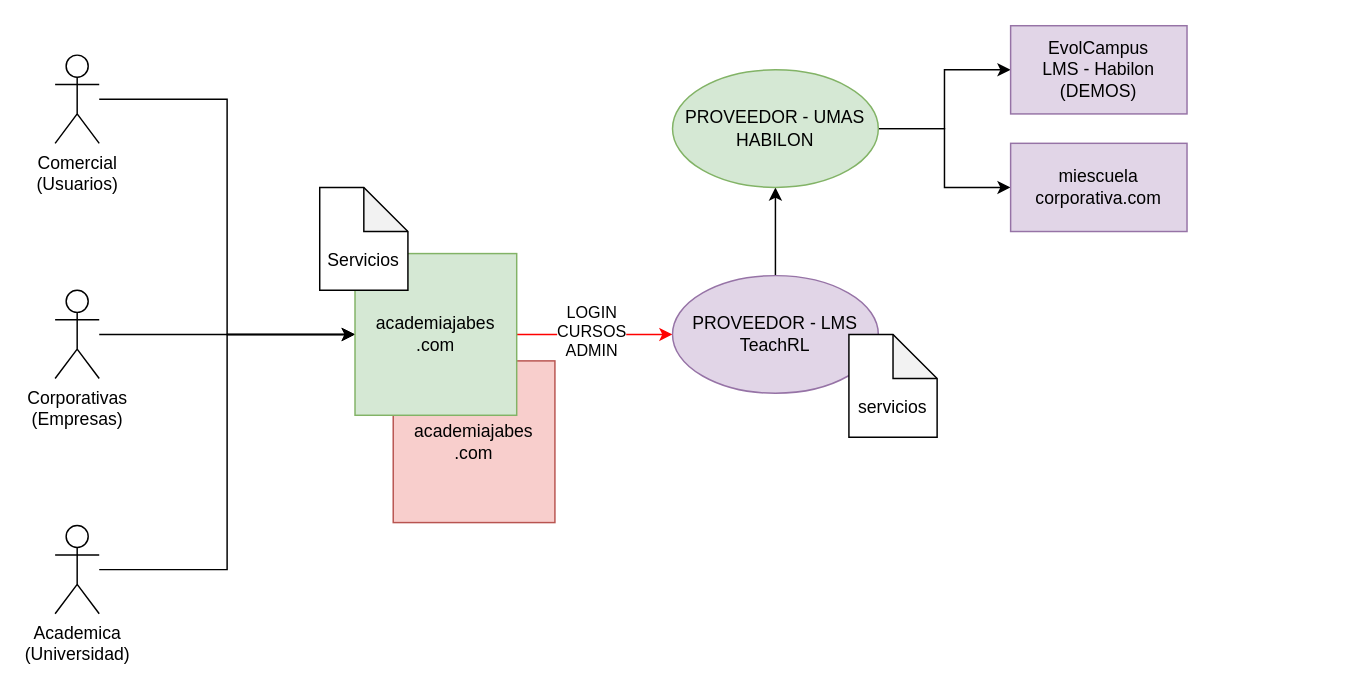
samuel363/drawio keeps this draw.io diagram as page "TOBE" (2 of 2) of JABES.drawio. Above is the earlier version. Source tidied: cells renumbered, new cells numbered last; positions are measured from the earlier drawing's top-left corner, leaving out a move shared by most shapes. Both pictures are drawn from the tidied source at 147%, with x=0, y=0 at pixel (54, 25).
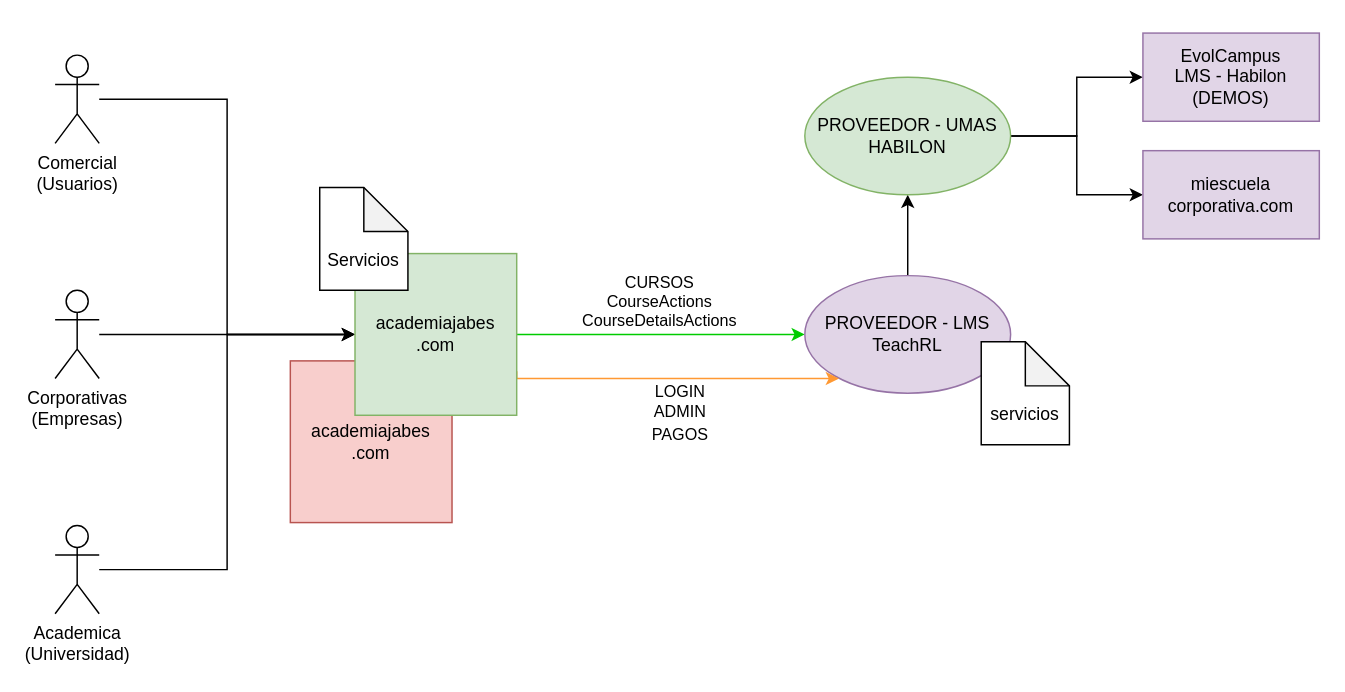
After the change.

The change refers to these unchanged cells:
```xml
<mxCell id="16" value="academiajabes&lt;br&gt;.com" style="rounded=0;whiteSpace=wrap;html=1;fillColor=#d5e8d4;strokeColor=#82b366;" parent="1" vertex="1">
  <mxGeometry x="204" y="155" width="110" height="110" as="geometry" />
</mxCell>
```

Diff of the diagram source:
```diff
@@
-    <mxCell id="8" style="edgeStyle=orthogonalEdgeStyle;rounded=0;jettySize=auto;html=1;strokeColor=#FF0000;fillColor=#e1d5e7;" parent="1" edge="1" source="16" target="11">
-      <mxGeometry relative="1" as="geometry" />
+    <mxCell id="8" style="edgeStyle=orthogonalEdgeStyle;rounded=0;jettySize=auto;html=1;strokeColor=#00CC00;fillColor=#e1d5e7;" parent="1" edge="1" source="16" target="11">
+      <mxGeometry relative="1" as="geometry">
+        <Array as="points">
+          <mxPoint x="400" y="210" />
+          <mxPoint x="400" y="210" />
+        </Array>
+      </mxGeometry>
     </mxCell>
-    <mxCell id="9" value="LOGIN&lt;br&gt;CURSOS&lt;br&gt;ADMIN" style="edgeLabel;html=1;align=center;verticalAlign=middle;" parent="8" vertex="1">
-      <mxGeometry x="-0.05" y="3" relative="1" as="geometry" />
+    <mxCell id="9" value="&lt;div&gt;CURSOS&lt;br&gt;CourseActions&lt;br&gt;CourseDetailsActions&lt;/div&gt;" style="edgeLabel;html=1;align=center;verticalAlign=middle;fillColor=none;strokeColor=none;" parent="8" vertex="1">
+      <mxGeometry x="-0.05" y="3" relative="1" as="geometry">
+        <mxPoint x="3" y="-20" as="offset" />
+      </mxGeometry>
     </mxCell>
@@
     <mxCell id="11" value="PROVEEDOR -&amp;nbsp;LMS&lt;br&gt;TeachRL" style="ellipse;whiteSpace=wrap;html=1;fillColor=#e1d5e7;strokeColor=#9673a6;" parent="1" vertex="1">
-      <mxGeometry x="420" y="170" width="140" height="80" as="geometry" />
+      <mxGeometry x="510" y="170" width="140" height="80" as="geometry" />
     </mxCell>
@@
     <mxCell id="14" value="PROVEEDOR - UMAS&lt;br&gt;HABILON" style="ellipse;whiteSpace=wrap;html=1;fillColor=#d5e8d4;strokeColor=#82b366;" parent="1" vertex="1">
-      <mxGeometry x="420" y="30" width="140" height="80" as="geometry" />
+      <mxGeometry x="510" y="35" width="140" height="80" as="geometry" />
     </mxCell>
     <mxCell id="15" value="academiajabes&lt;br&gt;.com" style="rounded=0;whiteSpace=wrap;html=1;fillColor=#f8cecc;strokeColor=#b85450;" parent="1" vertex="1">
-      <mxGeometry x="230" y="228" width="110" height="110" as="geometry" />
+      <mxGeometry x="160" y="228" width="110" height="110" as="geometry" />
     </mxCell>
+    <mxCell id="21" style="edgeStyle=orthogonalEdgeStyle;rounded=0;jettySize=auto;html=1;entryX=0.166;entryY=0.875;entryDx=0;entryDy=0;entryPerimeter=0;strokeColor=#FF9933;" parent="1" edge="1" target="11">
+      <mxGeometry relative="1" as="geometry">
+        <mxPoint x="314" y="235" as="sourcePoint" />
+        <Array as="points">
+          <mxPoint x="314" y="240" />
+        </Array>
+      </mxGeometry>
+    </mxCell>
@@
     <mxCell id="17" value="Evol&lt;span style=&quot;background-color: initial;&quot;&gt;Campus&lt;/span&gt;&lt;div&gt;LMS - Habilon&lt;br&gt;(DEMOS)&lt;/div&gt;" style="whiteSpace=wrap;html=1;fillColor=#e1d5e7;strokeColor=#9673a6;" parent="1" vertex="1">
-      <mxGeometry x="650" width="120" height="60" as="geometry" />
+      <mxGeometry x="740" y="5" width="120" height="60" as="geometry" />
     </mxCell>
     <mxCell id="18" value="miescuela&lt;br&gt;corporativa.com" style="whiteSpace=wrap;html=1;fillColor=#e1d5e7;strokeColor=#9673a6;" parent="1" vertex="1">
-      <mxGeometry x="650" y="80" width="120" height="60" as="geometry" />
+      <mxGeometry x="740" y="85" width="120" height="60" as="geometry" />
     </mxCell>
     <mxCell id="19" value="&lt;div&gt;&lt;br&gt;&lt;/div&gt;&lt;div&gt;&lt;br&gt;&lt;/div&gt;servicios" style="shape=note;whiteSpace=wrap;html=1;backgroundOutline=1;darkOpacity=0.05;" parent="1" vertex="1">
-      <mxGeometry x="540" y="210" width="60" height="70" as="geometry" />
+      <mxGeometry x="630" y="215" width="60" height="70" as="geometry" />
     </mxCell>
@@
+    <mxCell id="22" value="&lt;div&gt;&lt;span style=&quot;font-size: 11px; background-color: rgb(255, 255, 255);&quot;&gt;LOGIN&lt;/span&gt;&lt;br style=&quot;font-size: 11px;&quot;&gt;&lt;span style=&quot;font-size: 11px; background-color: rgb(255, 255, 255);&quot;&gt;ADMIN&lt;br&gt;PAGOS&lt;/span&gt;&lt;/div&gt;" style="text;html=1;align=center;verticalAlign=middle;strokeColor=none;fillColor=none;" parent="1" vertex="1">
+      <mxGeometry x="395" y="233" width="60" height="60" as="geometry" />
+    </mxCell>
```
